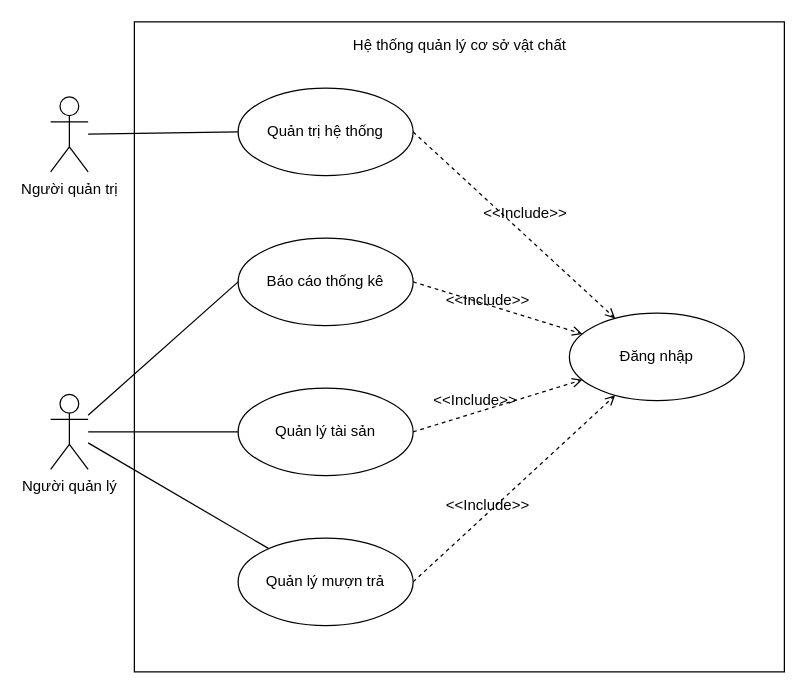
Earlier version of the draw.io diagram page "UC1" (1 of 5) of PJ 2B usecase diagram.drawio (LocalHost127000/OODA). Source tidied: cells renumbered, new cells numbered last; positions are measured from the earlier drawing's top-left corner, leaving out a move shared by most shapes. Both pictures are drawn from the tidied source at 125%, with x=0, y=0 at pixel (50, 21).
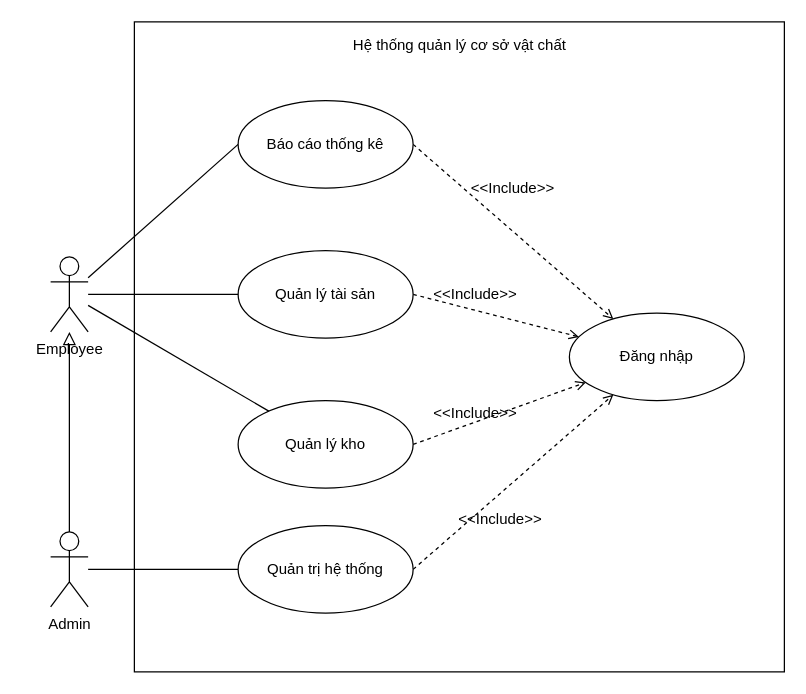
The same diagram, later.

What changed in the source:
```diff
@@
+    <mxCell id="23" style="edgeStyle=orthogonalEdgeStyle;rounded=0;jettySize=auto;html=1;endArrow=block;endFill=0;endSize=8;" parent="1" edge="1" source="4" target="6">
+      <mxGeometry relative="1" as="geometry" />
+    </mxCell>
-    <mxCell id="4" value="Người quản trị" style="shape=umlActor;verticalLabelPosition=bottom;verticalAlign=top;html=1;outlineConnect=0;" parent="1" vertex="1">
-      <mxGeometry y="60" width="30" height="60" as="geometry" />
+    <mxCell id="4" value="Admin" style="shape=umlActor;verticalLabelPosition=bottom;verticalAlign=top;html=1;outlineConnect=0;" parent="1" vertex="1">
+      <mxGeometry y="408" width="30" height="60" as="geometry" />
     </mxCell>
@@
-    <mxCell id="6" value="Người quản lý" style="shape=umlActor;verticalLabelPosition=bottom;verticalAlign=top;html=1;outlineConnect=0;" parent="1" vertex="1">
-      <mxGeometry y="298" width="30" height="60" as="geometry" />
+    <mxCell id="6" value="Employee" style="shape=umlActor;verticalLabelPosition=bottom;verticalAlign=top;html=1;outlineConnect=0;" parent="1" vertex="1">
+      <mxGeometry y="188" width="30" height="60" as="geometry" />
     </mxCell>
@@
     <mxCell id="8" value="Quản trị hệ thống" style="ellipse;whiteSpace=wrap;html=1;" parent="1" vertex="1">
-      <mxGeometry x="150" y="53" width="140" height="70" as="geometry" />
+      <mxGeometry x="150" y="403" width="140" height="70" as="geometry" />
     </mxCell>
@@
     <mxCell id="10" value="Quản lý tài sản" style="ellipse;whiteSpace=wrap;html=1;" parent="1" vertex="1">
-      <mxGeometry x="150" y="293" width="140" height="70" as="geometry" />
+      <mxGeometry x="150" y="183" width="140" height="70" as="geometry" />
     </mxCell>
@@
     <mxCell id="12" value="Báo cáo thống kê" style="ellipse;whiteSpace=wrap;html=1;" parent="1" vertex="1">
-      <mxGeometry x="150" y="173" width="140" height="70" as="geometry" />
+      <mxGeometry x="150" y="63" width="140" height="70" as="geometry" />
     </mxCell>
@@
-    <mxCell id="14" value="Quản lý mượn trả" style="ellipse;whiteSpace=wrap;html=1;" parent="1" vertex="1">
-      <mxGeometry x="150" y="413" width="140" height="70" as="geometry" />
+    <mxCell id="14" value="Quản lý kho" style="ellipse;whiteSpace=wrap;html=1;" parent="1" vertex="1">
+      <mxGeometry x="150" y="303" width="140" height="70" as="geometry" />
     </mxCell>
@@
     <mxCell id="16" value="&amp;lt;&amp;lt;Include&amp;gt;&amp;gt;" style="text;html=1;strokeColor=none;fillColor=none;align=center;verticalAlign=middle;whiteSpace=wrap;rounded=0;" parent="1" vertex="1">
-      <mxGeometry x="360" y="143" width="40" height="20" as="geometry" />
+      <mxGeometry x="350" y="123" width="40" height="20" as="geometry" />
     </mxCell>
     <mxCell id="17" value="&amp;lt;&amp;lt;Include&amp;gt;&amp;gt;" style="text;html=1;strokeColor=none;fillColor=none;align=center;verticalAlign=middle;whiteSpace=wrap;rounded=0;" parent="1" vertex="1">
-      <mxGeometry x="330" y="213" width="40" height="20" as="geometry" />
+      <mxGeometry x="340" y="388" width="40" height="20" as="geometry" />
     </mxCell>
     <mxCell id="18" value="&amp;lt;&amp;lt;Include&amp;gt;&amp;gt;" style="text;html=1;strokeColor=none;fillColor=none;align=center;verticalAlign=middle;whiteSpace=wrap;rounded=0;" parent="1" vertex="1">
-      <mxGeometry x="320" y="293" width="40" height="20" as="geometry" />
+      <mxGeometry x="320" y="208" width="40" height="20" as="geometry" />
     </mxCell>
     <mxCell id="19" value="&amp;lt;&amp;lt;Include&amp;gt;&amp;gt;" style="text;html=1;strokeColor=none;fillColor=none;align=center;verticalAlign=middle;whiteSpace=wrap;rounded=0;" parent="1" vertex="1">
-      <mxGeometry x="330" y="376.5" width="40" height="20" as="geometry" />
+      <mxGeometry x="320" y="303" width="40" height="20" as="geometry" />
     </mxCell>
```
